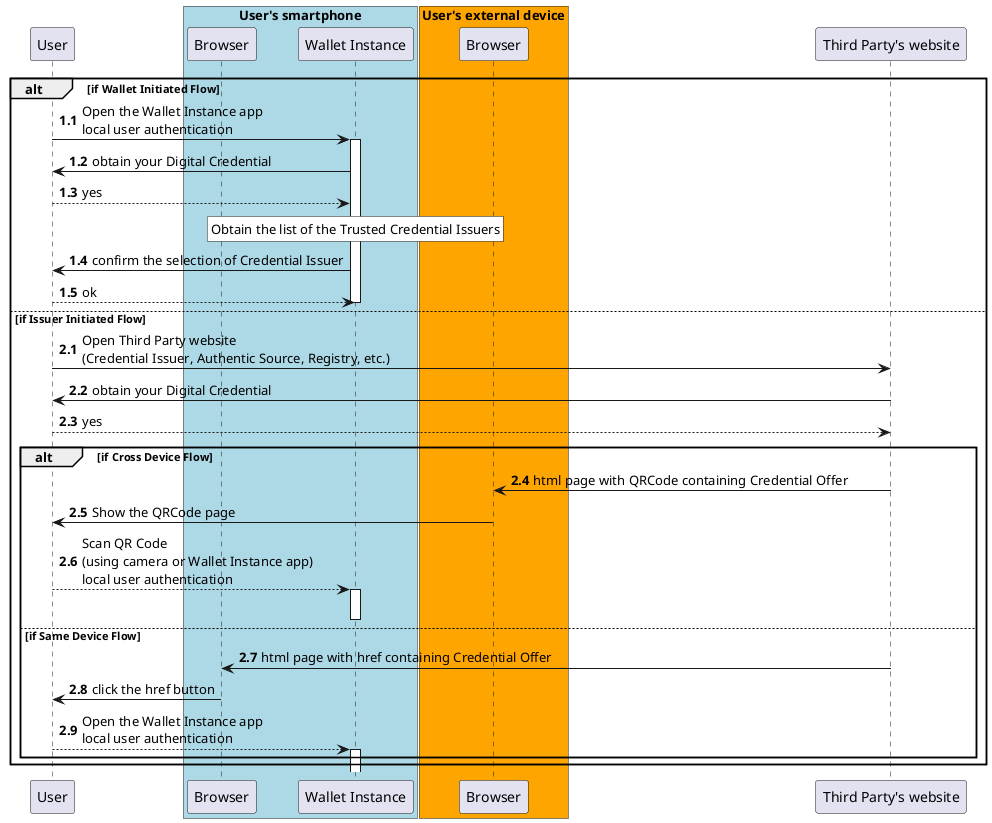
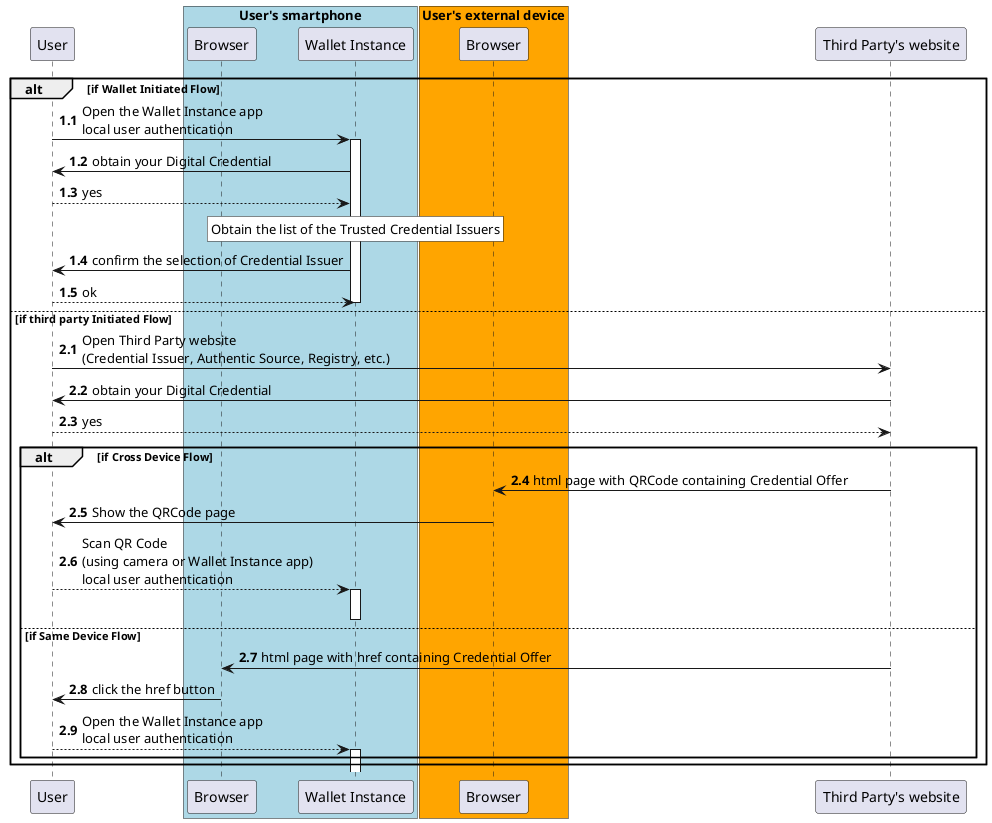
@startuml Credential Request Flow by the User
autonumber 1.1

participant "User" as u

box "User's smartphone" #LightBlue
participant "Browser" as br
participant "Wallet Instance" as w
end box

box "User's external device" #Orange
participant "Browser" as bre
end box

participant "Third Party's website" as i

alt if Wallet Initiated Flow

u -> w: Open the Wallet Instance app\nlocal user authentication
activate w
w -> u: obtain your Digital Credential
u --> w: yes

rnote over w #WHITE
Obtain the list of the Trusted Credential Issuers
endrnote

w->u: confirm the selection of Credential Issuer

u-->w: ok

deactivate w

- else if Issuer Initiated Flow
+ else if third party Initiated Flow

autonumber 2.1

u -> i: Open Third Party website\n(Credential Issuer, Authentic Source, Registry, etc.)
i -> u: obtain your Digital Credential
u --> i: yes

alt if Cross Device Flow

i -> bre: html page with QRCode containing Credential Offer
bre -> u: Show the QRCode page
u --> w: Scan QR Code \n(using camera or Wallet Instance app)\nlocal user authentication
activate w
' w -> w: Scan QR Code
deactivate w



else if Same Device Flow

i -> br: html page with href containing Credential Offer
br -> u: click the href button


u --> w: Open the Wallet Instance app\nlocal user authentication
activate w

end

end
@enduml